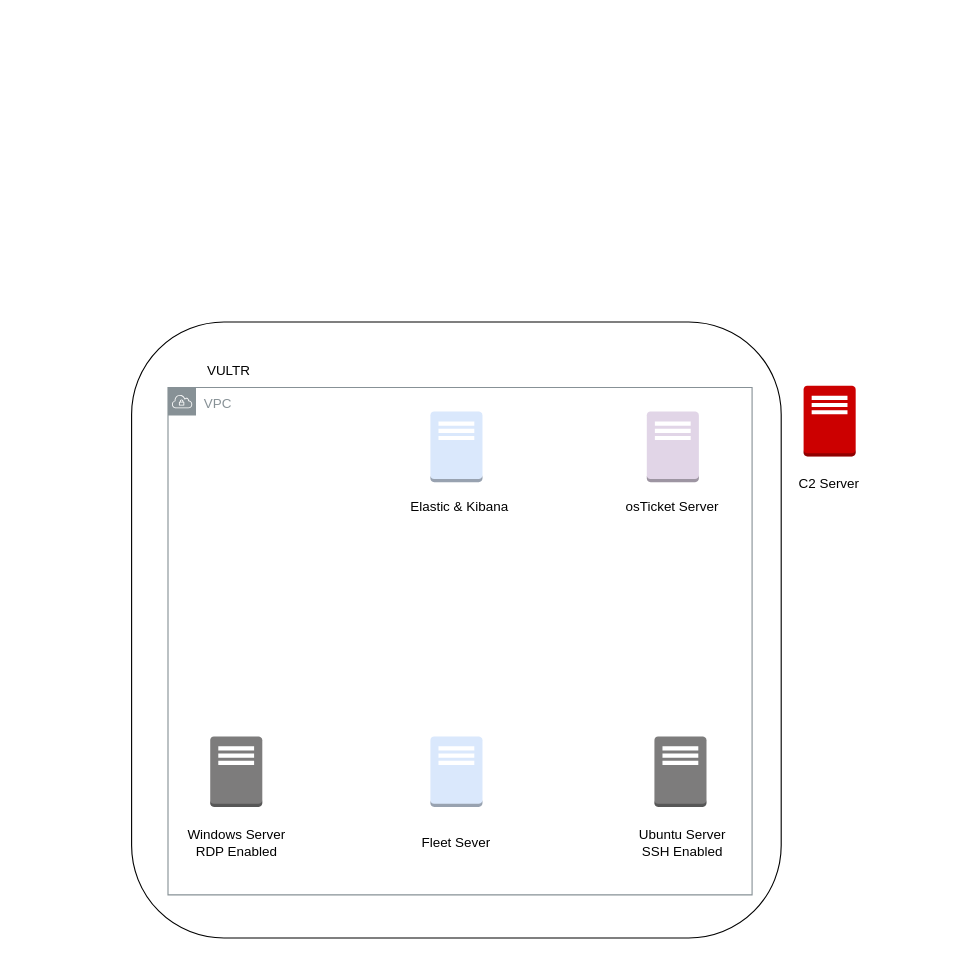
The draw.io diagram Untitled Diagram.drawio in ShowtimeSumlin/SOC-Analyst-Challenge, before the edit. Source tidied: cells renumbered, new cells numbered last; positions are measured from the earlier drawing's top-left corner, leaving out a move shared by most shapes. Both pictures are drawn from the tidied source at 112%, with x=0, y=0 at pixel (131, 321).
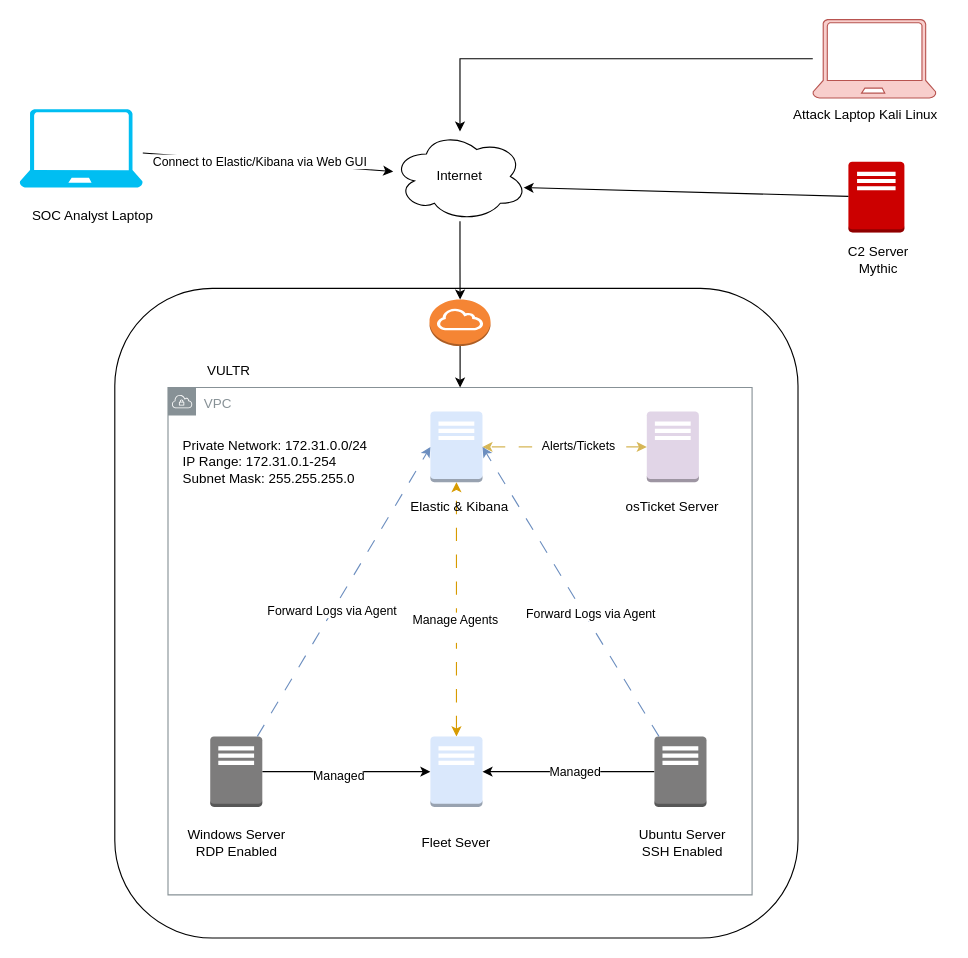
The same page after the edit.

Unchanged cells that the change refers to:
```xml
<mxCell id="3" value="VPC" style="sketch=0;outlineConnect=0;gradientColor=none;html=1;whiteSpace=wrap;fontSize=12;fontStyle=0;shape=mxgraph.aws4.group;grIcon=mxgraph.aws4.group_vpc;strokeColor=#879196;fillColor=none;verticalAlign=top;align=left;spacingLeft=30;fontColor=#879196;dashed=0;" parent="1" vertex="1">
  <mxGeometry x="32.5" y="58.5" width="521.5" height="453" as="geometry" />
</mxCell>
<mxCell id="4" style="outlineConnect=0;dashed=0;verticalLabelPosition=bottom;verticalAlign=top;align=center;html=1;shape=mxgraph.aws3.traditional_server;fillColor=#dae8fc;strokeColor=#6c8ebf;" parent="1" vertex="1">
  <mxGeometry x="266.8" y="80" width="46.5" height="63" as="geometry" />
</mxCell>
<mxCell id="5" style="outlineConnect=0;dashed=0;verticalLabelPosition=bottom;verticalAlign=top;align=center;html=1;shape=mxgraph.aws3.traditional_server;fillColor=#7D7C7C;gradientColor=none;" parent="1" vertex="1">
  <mxGeometry x="70.2" y="370" width="46.5" height="63" as="geometry" />
</mxCell>
<mxCell id="6" style="outlineConnect=0;dashed=0;verticalLabelPosition=bottom;verticalAlign=top;align=center;html=1;shape=mxgraph.aws3.traditional_server;fillColor=#dae8fc;strokeColor=#6c8ebf;" parent="1" vertex="1">
  <mxGeometry x="266.8" y="370" width="46.5" height="63" as="geometry" />
</mxCell>
<mxCell id="7" style="outlineConnect=0;dashed=0;verticalLabelPosition=bottom;verticalAlign=top;align=center;html=1;shape=mxgraph.aws3.traditional_server;fillColor=#7D7C7C;gradientColor=none;" parent="1" vertex="1">
  <mxGeometry x="466.8" y="370" width="46.5" height="63" as="geometry" />
</mxCell>
<mxCell id="8" style="outlineConnect=0;dashed=0;verticalLabelPosition=bottom;verticalAlign=top;align=center;html=1;shape=mxgraph.aws3.traditional_server;fillColor=#e1d5e7;strokeColor=#9673a6;" parent="1" vertex="1">
  <mxGeometry x="460" y="80" width="46.5" height="63" as="geometry" />
</mxCell>
```

Change to the diagram source:
```diff
@@
     <mxCell id="2" style="rounded=1;whiteSpace=wrap;html=1;" parent="1" vertex="1">
-      <mxGeometry width="580" height="550" as="geometry" />
+      <mxGeometry x="-15" y="-30" width="610" height="580" as="geometry" />
     </mxCell>
@@
+    <mxCell id="17" style="edgeStyle=orthogonalEdgeStyle;rounded=0;jettySize=auto;html=1;" parent="1" edge="1" source="5" target="6">
+      <mxGeometry relative="1" as="geometry" />
+    </mxCell>
+    <mxCell id="18" value="Managed" style="edgeLabel;html=1;align=center;verticalAlign=middle;" parent="17" vertex="1">
+      <mxGeometry x="-0.1" y="-2" relative="1" as="geometry">
+        <mxPoint y="1" as="offset" />
+      </mxGeometry>
+    </mxCell>
@@
+    <mxCell id="19" style="edgeStyle=orthogonalEdgeStyle;rounded=0;jettySize=auto;html=1;jumpStyle=none;startArrow=classic;startFill=1;fillColor=#ffe6cc;strokeColor=#d79b00;dashed=1;dashPattern=12 12;" parent="1" edge="1" source="6" target="4">
+      <mxGeometry relative="1" as="geometry" />
+    </mxCell>
+    <mxCell id="20" value="Manage Agents&lt;div&gt;&lt;br&gt;&lt;/div&gt;" style="edgeLabel;html=1;align=center;verticalAlign=middle;" parent="19" vertex="1">
+      <mxGeometry x="-0.14" y="2" relative="1" as="geometry" />
+    </mxCell>
@@
+    <mxCell id="21" style="edgeStyle=orthogonalEdgeStyle;rounded=0;jettySize=auto;html=1;" parent="1" edge="1" source="7" target="6">
+      <mxGeometry relative="1" as="geometry" />
+    </mxCell>
+    <mxCell id="22" value="Managed" style="edgeLabel;html=1;align=center;verticalAlign=middle;" parent="21" vertex="1">
+      <mxGeometry x="-0.07" relative="1" as="geometry" />
+    </mxCell>
@@
     <mxCell id="9" style="outlineConnect=0;dashed=0;verticalLabelPosition=bottom;verticalAlign=top;align=center;html=1;shape=mxgraph.aws3.traditional_server;fillColor=#CC0000;strokeColor=#b85450;" parent="1" vertex="1">
-      <mxGeometry x="600" y="57" width="46.5" height="63" as="geometry" />
+      <mxGeometry x="640" y="-143" width="50" height="63" as="geometry" />
     </mxCell>
@@
-    <mxCell id="16" value="C2 Server" style="text;html=1;align=center;verticalAlign=middle;whiteSpace=wrap;rounded=0;" parent="1" vertex="1">
-      <mxGeometry x="593.2" y="130" width="60" height="30" as="geometry" />
+    <mxCell id="16" value="C2 Server&lt;div&gt;Mythic&lt;/div&gt;" style="text;html=1;align=center;verticalAlign=middle;whiteSpace=wrap;rounded=0;" parent="1" vertex="1">
+      <mxGeometry x="636.8" y="-70" width="60" height="30" as="geometry" />
     </mxCell>
+    <mxCell id="23" style="edgeStyle=orthogonalEdgeStyle;rounded=0;jettySize=auto;html=1;entryX=1;entryY=0.5;entryDx=0;entryDy=0;entryPerimeter=0;fillColor=#fff2cc;strokeColor=#d6b656;startArrow=classic;startFill=1;dashed=1;dashPattern=12 12;" parent="1" edge="1" source="8" target="4">
+      <mxGeometry relative="1" as="geometry" />
+    </mxCell>
+    <mxCell id="24" value="Alerts/Tickets" style="edgeLabel;html=1;align=center;verticalAlign=middle;" parent="23" vertex="1">
+      <mxGeometry x="-0.15" y="-1" relative="1" as="geometry" />
+    </mxCell>
+    <mxCell id="25" style="rounded=0;jettySize=auto;html=1;entryX=0;entryY=0.5;entryDx=0;entryDy=0;entryPerimeter=0;fillColor=#dae8fc;strokeColor=#6c8ebf;dashed=1;dashPattern=12 12;" parent="1" edge="1" source="5" target="4">
+      <mxGeometry relative="1" as="geometry" />
+    </mxCell>
+    <mxCell id="26" value="Forward Logs via Agent" style="edgeLabel;html=1;align=center;verticalAlign=middle;" parent="25" vertex="1">
+      <mxGeometry x="-0.13" y="1" relative="1" as="geometry" />
+    </mxCell>
+    <mxCell id="27" style="rounded=0;jettySize=auto;html=1;entryX=1;entryY=0.5;entryDx=0;entryDy=0;entryPerimeter=0;fillColor=#dae8fc;strokeColor=#6c8ebf;dashed=1;dashPattern=12 12;" parent="1" edge="1" source="7" target="4">
+      <mxGeometry relative="1" as="geometry" />
+    </mxCell>
+    <mxCell id="28" value="Forward Logs via Agent" style="edgeLabel;html=1;align=center;verticalAlign=middle;" parent="27" vertex="1">
+      <mxGeometry x="-0.18" y="2" relative="1" as="geometry">
+        <mxPoint x="5" y="-5" as="offset" />
+      </mxGeometry>
+    </mxCell>
+    <mxCell id="29" value="Private Network: 172.31.0.0/24&lt;div&gt;IP Range: 172.31.0.1-254&lt;/div&gt;&lt;div&gt;Subnet Mask: 255.255.255.0&lt;/div&gt;" style="text;html=1;align=left;verticalAlign=middle;whiteSpace=wrap;rounded=0;" parent="1" vertex="1">
+      <mxGeometry x="43.5" y="110" width="176.5" height="30" as="geometry" />
+    </mxCell>
+    <mxCell id="30" style="edgeStyle=orthogonalEdgeStyle;rounded=0;jettySize=auto;html=1;" parent="1" edge="1" source="31" target="3">
+      <mxGeometry relative="1" as="geometry" />
+    </mxCell>
+    <mxCell id="31" style="outlineConnect=0;dashed=0;verticalLabelPosition=bottom;verticalAlign=top;align=center;html=1;shape=mxgraph.aws3.internet_gateway;fillColor=#F58534;gradientColor=none;" parent="1" vertex="1">
+      <mxGeometry x="266" y="-20" width="54.5" height="41.5" as="geometry" />
+    </mxCell>
+    <mxCell id="32" style="edgeStyle=orthogonalEdgeStyle;rounded=0;jettySize=auto;html=1;" parent="1" edge="1" source="33" target="31">
+      <mxGeometry relative="1" as="geometry" />
+    </mxCell>
+    <mxCell id="33" value="Internet" style="ellipse;shape=cloud;whiteSpace=wrap;html=1;" parent="1" vertex="1">
+      <mxGeometry x="233.2" y="-170" width="120" height="80" as="geometry" />
+    </mxCell>
+    <mxCell id="34" style="rounded=0;jettySize=auto;html=1;" parent="1" edge="1" source="36" target="33">
+      <mxGeometry relative="1" as="geometry" />
+    </mxCell>
+    <mxCell id="35" value="Connect to Elastic/Kibana via Web GUI&amp;nbsp;" style="edgeLabel;html=1;align=center;verticalAlign=middle;" parent="34" vertex="1">
+      <mxGeometry x="-0.05" relative="1" as="geometry" />
+    </mxCell>
+    <mxCell id="36" style="verticalLabelPosition=bottom;html=1;verticalAlign=top;align=center;strokeColor=none;fillColor=#00BEF2;shape=mxgraph.azure.laptop;" parent="1" vertex="1">
+      <mxGeometry x="-100" y="-190" width="110" height="70" as="geometry" />
+    </mxCell>
+    <mxCell id="37" value="SOC Analyst Laptop" style="text;html=1;align=center;verticalAlign=middle;strokeColor=none;fillColor=none;" parent="1" vertex="1">
+      <mxGeometry x="-100" y="-110" width="130" height="30" as="geometry" />
+    </mxCell>
+    <mxCell id="38" style="edgeStyle=orthogonalEdgeStyle;rounded=0;jettySize=auto;html=1;" parent="1" edge="1" source="39" target="33">
+      <mxGeometry relative="1" as="geometry" />
+    </mxCell>
+    <mxCell id="39" style="verticalLabelPosition=bottom;html=1;verticalAlign=top;align=center;strokeColor=#b85450;fillColor=#f8cecc;shape=mxgraph.azure.laptop;" parent="1" vertex="1">
+      <mxGeometry x="608.2" y="-270" width="110" height="70" as="geometry" />
+    </mxCell>
+    <mxCell id="40" value="Attack Laptop Kali Linux" style="text;html=1;align=center;verticalAlign=middle;strokeColor=none;fillColor=none;" parent="1" vertex="1">
+      <mxGeometry x="580" y="-200" width="150" height="30" as="geometry" />
+    </mxCell>
+    <mxCell id="41" style="rounded=0;jettySize=auto;html=1;entryX=0.973;entryY=0.625;entryDx=0;entryDy=0;entryPerimeter=0;" parent="1" edge="1" source="9" target="33">
+      <mxGeometry relative="1" as="geometry" />
+    </mxCell>
```
